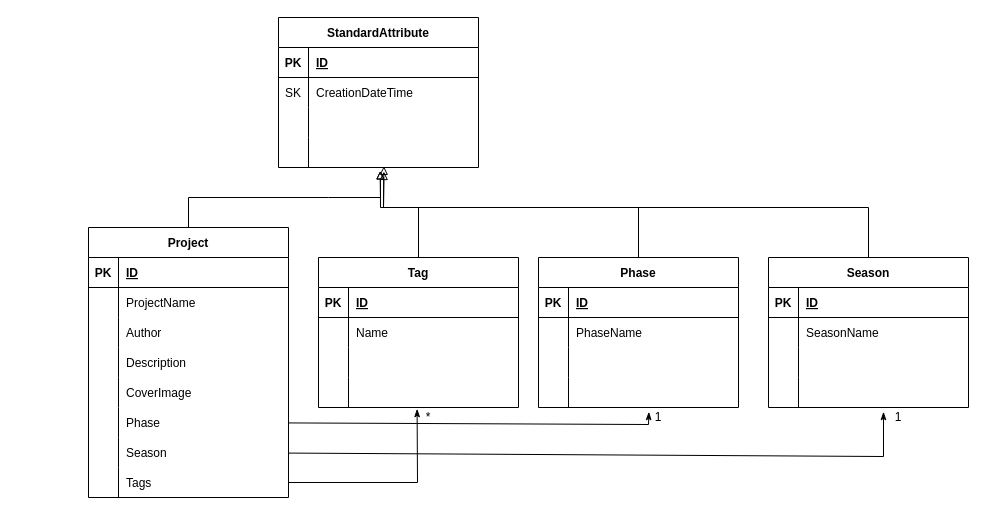
jolo-dev/cdk-restapi-stack keeps this draw.io diagram as page "Data Model" (4 of 4) of .drawio/4d-adidas.drawio. Above is the earlier version. Source tidied: cells renumbered, new cells numbered last; positions are measured from the earlier drawing's top-left corner, leaving out a move shared by most shapes. Both pictures are drawn from the tidied source at 100%, with x=0, y=0 at pixel (88, 17).
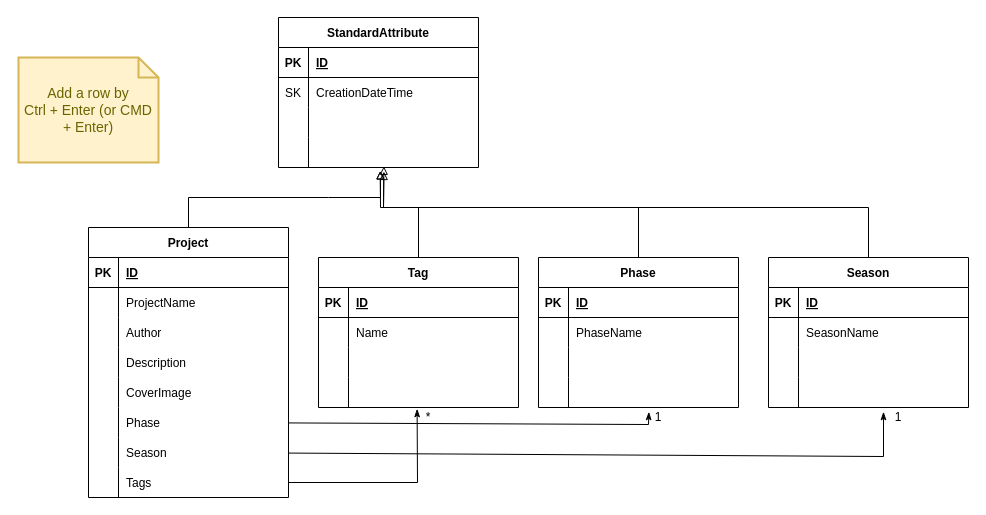
The same diagram, later.

What changed in the source:
```diff
@@
+    <mxCell id="93" value="Add a row by&lt;br&gt;Ctrl + Enter (or CMD + Enter)" style="shape=note;strokeWidth=2;fontSize=14;size=20;whiteSpace=wrap;html=1;fillColor=#fff2cc;strokeColor=#d6b656;fontColor=#666600;" parent="1" vertex="1">
+      <mxGeometry x="-70" y="40" width="140" height="105" as="geometry" />
+    </mxCell>
```
